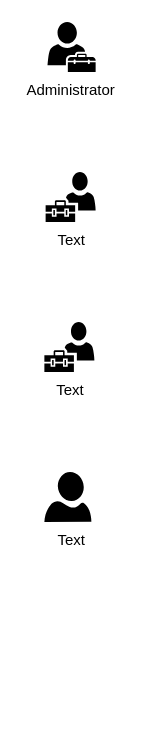
Before: Diagramme du cas d’utilisation.drawio in BenHelal/controleMudancas, a draw.io diagram. Source tidied: cells renumbered, new cells numbered last; positions are measured from the earlier drawing's top-left corner, leaving out a move shared by most shapes. Both pictures are drawn from the tidied source at 125%, with x=0, y=0 at pixel (32, 21).
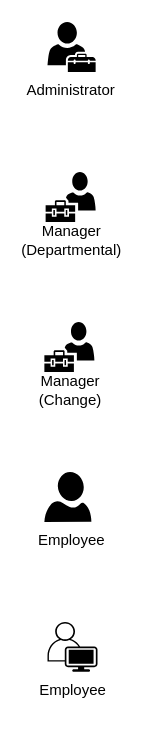
After the change.

What changed in the source:
```diff
@@
 <mxGraphModel>
   <root>
     <mxCell id="0" />
     <mxCell id="1" parent="0" />
     <mxCell id="2" style="sketch=0;shadow=0;dashed=0;html=1;strokeColor=none;fillColor=#000000;labelPosition=center;verticalLabelPosition=bottom;verticalAlign=top;align=center;shape=mxgraph.office.users.tenant_admin;" parent="1" vertex="1">
       <mxGeometry x="11.5" width="38.5" height="40" as="geometry" />
     </mxCell>
     <mxCell id="3" style="sketch=0;shadow=0;dashed=0;html=1;strokeColor=none;labelPosition=center;verticalLabelPosition=bottom;verticalAlign=top;align=center;fillColor=#000000;shape=mxgraph.mscae.intune.user_management;" parent="1" vertex="1">
       <mxGeometry x="10" y="120" width="40" height="40" as="geometry" />
     </mxCell>
     <mxCell id="4" style="sketch=0;shadow=0;dashed=0;html=1;strokeColor=none;labelPosition=center;verticalLabelPosition=bottom;verticalAlign=top;align=center;fillColor=#000000;shape=mxgraph.azure.user;" parent="1" vertex="1">
       <mxGeometry x="9" y="360" width="37.6" height="40" as="geometry" />
     </mxCell>
-    <mxCell id="5" value="Text" style="text;html=1;strokeColor=none;fillColor=none;align=center;verticalAlign=middle;whiteSpace=wrap;rounded=0;" parent="1" vertex="1">
+    <mxCell id="5" value="Employee" style="text;html=1;strokeColor=none;fillColor=none;align=center;verticalAlign=middle;whiteSpace=wrap;rounded=0;" parent="1" vertex="1">
       <mxGeometry x="1" y="400" width="60" height="30" as="geometry" />
     </mxCell>
-    <mxCell id="6" value="Text" style="text;html=1;strokeColor=none;fillColor=none;align=center;verticalAlign=middle;whiteSpace=wrap;rounded=0;" parent="1" vertex="1">
+    <mxCell id="6" value="Manager (Departmental)&lt;span id=&quot;docs-internal-guid-f4431b39-7fff-cfa4-a716-81f54698d911&quot;&gt;&lt;/span&gt;" style="text;html=1;strokeColor=none;fillColor=none;align=center;verticalAlign=middle;whiteSpace=wrap;rounded=0;" parent="1" vertex="1">
       <mxGeometry x="1" y="160" width="60" height="30" as="geometry" />
     </mxCell>
     <mxCell id="7" value="Administrator" style="text;html=1;strokeColor=none;fillColor=none;align=center;verticalAlign=middle;whiteSpace=wrap;rounded=0;" parent="1" vertex="1">
       <mxGeometry y="40" width="61" height="30" as="geometry" />
     </mxCell>
     <mxCell id="8" style="sketch=0;shadow=0;dashed=0;html=1;strokeColor=none;labelPosition=center;verticalLabelPosition=bottom;verticalAlign=top;align=center;fillColor=#000000;shape=mxgraph.mscae.intune.user_management;" parent="1" vertex="1">
       <mxGeometry x="9" y="240" width="40" height="40" as="geometry" />
     </mxCell>
-    <mxCell id="9" value="Text" style="text;html=1;strokeColor=none;fillColor=none;align=center;verticalAlign=middle;whiteSpace=wrap;rounded=0;" parent="1" vertex="1">
+    <mxCell id="9" value="Manager (Change)" style="text;html=1;strokeColor=none;fillColor=none;align=center;verticalAlign=middle;whiteSpace=wrap;rounded=0;" parent="1" vertex="1">
       <mxGeometry y="280" width="60" height="30" as="geometry" />
     </mxCell>
+    <mxCell id="10" style="verticalLabelPosition=bottom;sketch=0;html=1;verticalAlign=top;align=center;shape=mxgraph.cisco19.user;fillColor=#000000;strokeColor=none;" parent="1" vertex="1">
+      <mxGeometry x="11.5" y="480" width="40" height="40" as="geometry" />
+    </mxCell>
+    <mxCell id="11" value="Employee" style="text;html=1;strokeColor=none;fillColor=none;align=center;verticalAlign=middle;whiteSpace=wrap;rounded=0;" parent="1" vertex="1">
+      <mxGeometry x="1.5" y="520" width="60" height="30" as="geometry" />
+    </mxCell>
   </root>
 </mxGraphModel>
```
